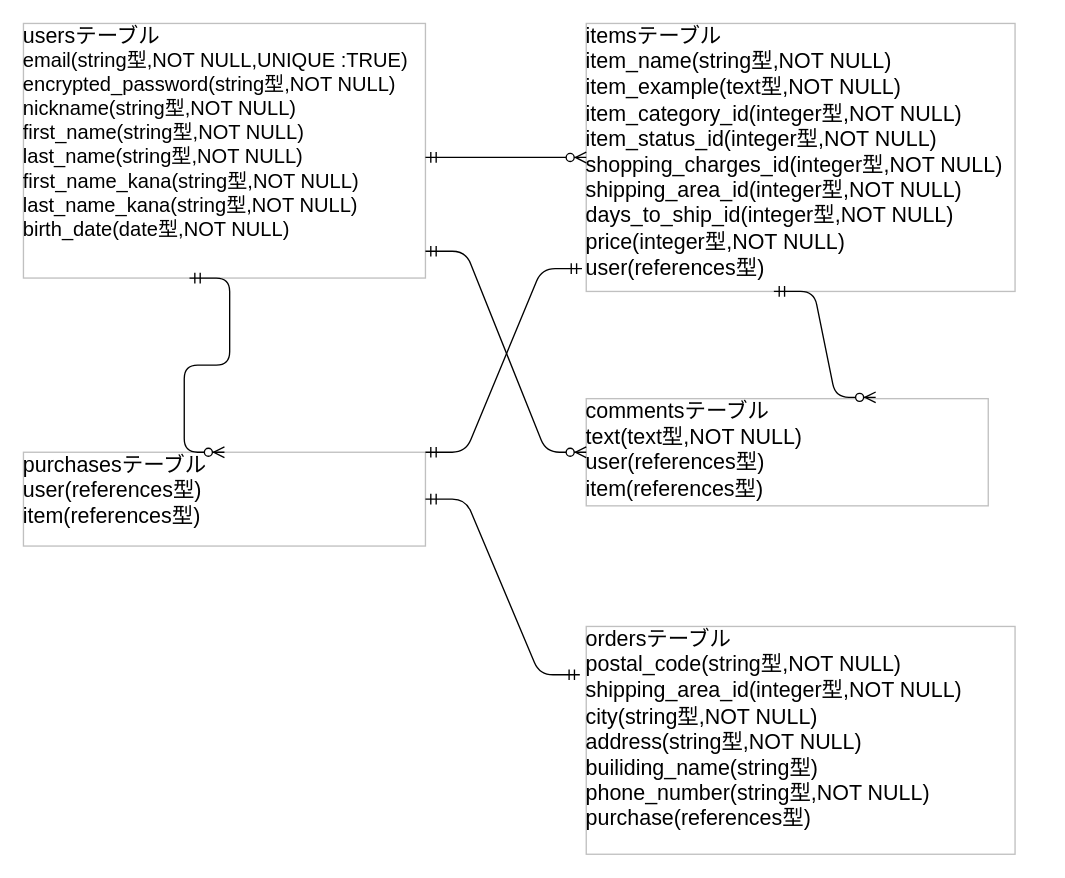
Above: db_design.dio in SK045YXMR/furima-35393 (draw.io), before the change. Source tidied: cells renumbered, new cells numbered last; positions are measured from the earlier drawing's top-left corner, leaving out a move shared by most shapes. Both pictures are drawn from the tidied source at 134%, with x=0, y=0 at pixel (23, 23).
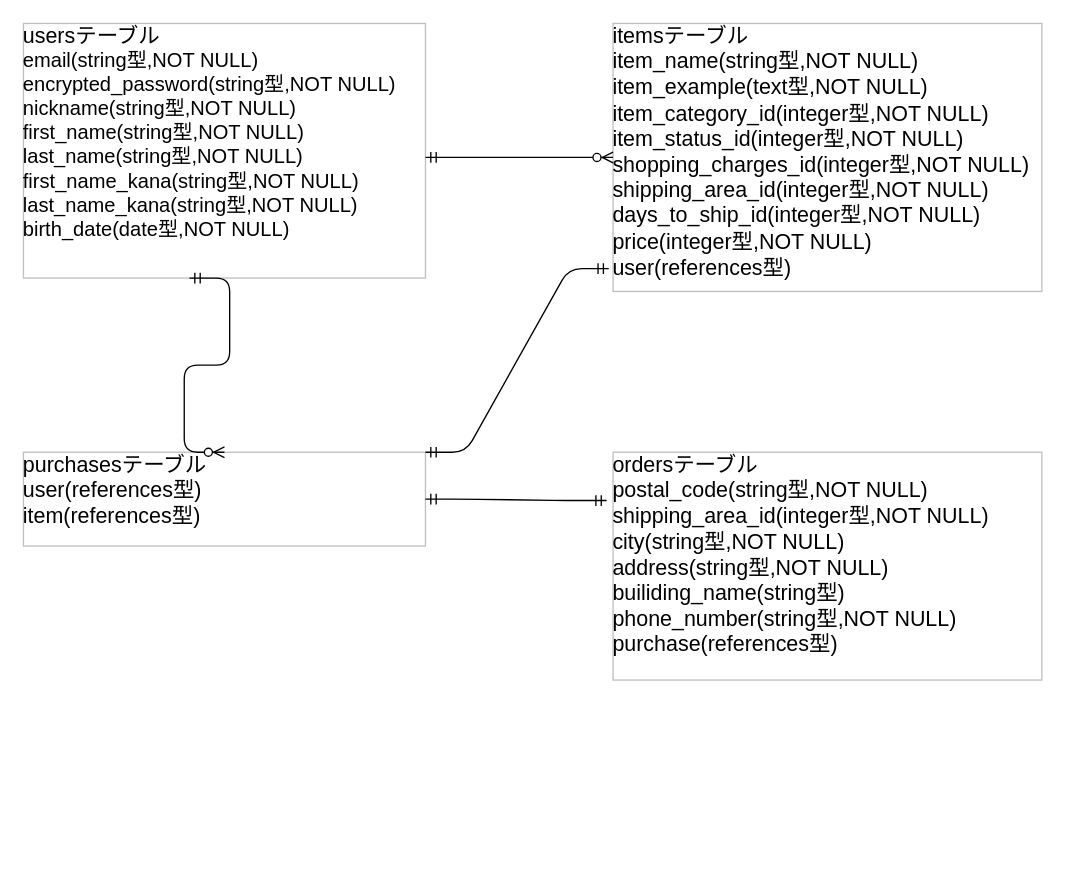
The same diagram, later.

Diff of the diagram source:
```diff
@@
 <mxGraphModel>
   <root>
     <mxCell id="0" />
     <mxCell id="1" parent="0" />
-    <mxCell id="2" value="&lt;font size=&quot;3&quot;&gt;usersテーブル&lt;/font&gt;&lt;br&gt;&lt;font&gt;&lt;font&gt;&lt;span style=&quot;font-size: 15px&quot;&gt;email(string型,NOT NULL,UNIQUE :TRUE)&lt;/span&gt;&lt;br&gt;&lt;/font&gt;&lt;font style=&quot;font-size: 15px&quot;&gt;encrypted_password(string型,NOT NULL)&lt;br&gt;nickname(string型,NOT NULL)&lt;br&gt;&lt;font style=&quot;font-size: 15px&quot;&gt;first_name(string型,NOT NULL)&lt;/font&gt;&lt;br&gt;&lt;/font&gt;&lt;font style=&quot;font-size: 15px&quot;&gt;&lt;font style=&quot;font-size: 15px&quot;&gt;last_name(string型,NOT NULL)&lt;/font&gt;&lt;br&gt;&lt;/font&gt;&lt;font style=&quot;font-size: 15px&quot;&gt;first_name_kana(string型,NOT NULL)&lt;/font&gt;&lt;br&gt;&lt;font style=&quot;font-size: 15px&quot;&gt;last_name_kana(string型,NOT NULL)&lt;/font&gt;&lt;br&gt;&lt;/font&gt;&lt;font style=&quot;font-size: 15px&quot;&gt;&lt;font style=&quot;font-size: 15px&quot;&gt;birth_date(date型,NOT NULL)&lt;/font&gt;&lt;br&gt;&lt;br&gt;&lt;/font&gt;" style="text;html=1;strokeColor=#c0c0c0;fillColor=none;overflow=fill;" parent="1" vertex="1">
+    <mxCell id="2" value="&lt;font size=&quot;3&quot;&gt;usersテーブル&lt;/font&gt;&lt;br&gt;&lt;font&gt;&lt;font&gt;&lt;span style=&quot;font-size: 15px&quot;&gt;email(string型,NOT NULL)&lt;/span&gt;&lt;br&gt;&lt;/font&gt;&lt;font style=&quot;font-size: 15px&quot;&gt;encrypted_password(string型,NOT NULL)&lt;br&gt;nickname(string型,NOT NULL)&lt;br&gt;&lt;font style=&quot;font-size: 15px&quot;&gt;first_name(string型,NOT NULL)&lt;/font&gt;&lt;br&gt;&lt;/font&gt;&lt;font style=&quot;font-size: 15px&quot;&gt;&lt;font style=&quot;font-size: 15px&quot;&gt;last_name(string型,NOT NULL)&lt;/font&gt;&lt;br&gt;&lt;/font&gt;&lt;font style=&quot;font-size: 15px&quot;&gt;first_name_kana(string型,NOT NULL)&lt;/font&gt;&lt;br&gt;&lt;font style=&quot;font-size: 15px&quot;&gt;last_name_kana(string型,NOT NULL)&lt;/font&gt;&lt;br&gt;&lt;/font&gt;&lt;font style=&quot;font-size: 15px&quot;&gt;&lt;font style=&quot;font-size: 15px&quot;&gt;birth_date(date型,NOT NULL)&lt;/font&gt;&lt;br&gt;&lt;br&gt;&lt;/font&gt;" style="text;html=1;strokeColor=#c0c0c0;fillColor=none;overflow=fill;" parent="1" vertex="1">
       <mxGeometry width="300" height="190" as="geometry" />
     </mxCell>
     <mxCell id="3" value="&lt;font size=&quot;3&quot;&gt;itemsテーブル&lt;br&gt;item_name(string型,NOT NULL)&lt;br&gt;item_example(text型,NOT NULL)&lt;br&gt;item_category_id(integer型,NOT NULL)&lt;br&gt;item_status_id(integer型,NOT NULL)&lt;br&gt;shopping_charges_id(integer型,NOT NULL)&lt;br&gt;shipping_area_id(integer型,NOT NULL)&lt;br&gt;days_to_ship_id(integer型,NOT NULL)&lt;br&gt;price(integer型,NOT NULL)&lt;br&gt;user(references型)&lt;br&gt;&lt;br&gt;&lt;br&gt;&lt;br&gt;&lt;/font&gt;" style="text;html=1;strokeColor=#c0c0c0;fillColor=none;overflow=fill;" parent="1" vertex="1">
-      <mxGeometry x="420" width="320" height="200" as="geometry" />
+      <mxGeometry x="440" width="320" height="200" as="geometry" />
     </mxCell>
     <mxCell id="4" value="&lt;font size=&quot;3&quot;&gt;purchasesテーブル&lt;br&gt;user(references型)&lt;br&gt;item(references型)&lt;br&gt;&lt;br&gt;&lt;br&gt;&lt;br&gt;&lt;br&gt;&lt;br&gt;&lt;br&gt;&lt;/font&gt;" style="text;html=1;strokeColor=#c0c0c0;fillColor=none;overflow=fill;" parent="1" vertex="1">
       <mxGeometry y="320" width="300" height="70" as="geometry" />
     </mxCell>
     <mxCell id="5" value="&lt;font size=&quot;3&quot;&gt;ordersテーブル&lt;br&gt;postal_code(string型,NOT NULL)&lt;br&gt;shipping_area_id(integer型,NOT NULL)&lt;br&gt;city(string型,NOT NULL)&lt;br&gt;address(string型,NOT NULL)&lt;br&gt;builiding_name(string型)&lt;br&gt;phone_number(string型,NOT NULL)&lt;br&gt;purchase(references型)&lt;br&gt;&lt;br&gt;&lt;br&gt;&lt;br&gt;&lt;/font&gt;" style="text;html=1;strokeColor=#c0c0c0;fillColor=none;overflow=fill;" parent="1" vertex="1">
-      <mxGeometry x="420" y="450" width="320" height="170" as="geometry" />
+      <mxGeometry x="440" y="320" width="320" height="170" as="geometry" />
     </mxCell>
     <mxCell id="6" style="edgeStyle=entityRelationEdgeStyle;fontSize=12;html=1;endArrow=ERzeroToMany;startArrow=ERmandOne;entryX=0;entryY=0.5;entryDx=0;entryDy=0;" parent="1" edge="1" target="3">
       <mxGeometry relative="1" as="geometry">
         <mxPoint x="300" y="100" as="sourcePoint" />
       </mxGeometry>
     </mxCell>
     <mxCell id="7" style="edgeStyle=entityRelationEdgeStyle;fontSize=12;html=1;endArrow=ERmandOne;startArrow=ERmandOne;exitX=1;exitY=0;exitDx=0;exitDy=0;entryX=-0.01;entryY=0.915;entryDx=0;entryDy=0;entryPerimeter=0;" parent="1" edge="1" source="4" target="3">
       <mxGeometry relative="1" as="geometry" />
     </mxCell>
     <mxCell id="8" style="edgeStyle=entityRelationEdgeStyle;fontSize=12;html=1;endArrow=ERmandOne;startArrow=ERmandOne;exitX=1;exitY=0.5;exitDx=0;exitDy=0;entryX=-0.015;entryY=0.212;entryDx=0;entryDy=0;entryPerimeter=0;" parent="1" edge="1" source="4" target="5">
       <mxGeometry relative="1" as="geometry" />
     </mxCell>
     <mxCell id="9" style="edgeStyle=entityRelationEdgeStyle;fontSize=12;html=1;endArrow=ERzeroToMany;startArrow=ERmandOne;exitX=0.413;exitY=1;exitDx=0;exitDy=0;exitPerimeter=0;entryX=0.5;entryY=0;entryDx=0;entryDy=0;" parent="1" edge="1" source="2" target="4">
       <mxGeometry relative="1" as="geometry" />
     </mxCell>
-    <mxCell id="10" value="&lt;font size=&quot;3&quot;&gt;commentsテーブル&lt;br&gt;text(text型,NOT NULL)&lt;br&gt;user(references型)&lt;br&gt;item(references型)&lt;br&gt;&lt;br&gt;&lt;br&gt;&lt;br&gt;&lt;br&gt;&lt;br&gt;&lt;br&gt;&lt;/font&gt;" style="text;html=1;strokeColor=#c0c0c0;fillColor=none;overflow=fill;" parent="1" vertex="1">
-      <mxGeometry x="420" y="280" width="300" height="80" as="geometry" />
-    </mxCell>
-    <mxCell id="11" style="edgeStyle=entityRelationEdgeStyle;fontSize=12;html=1;endArrow=ERzeroToMany;startArrow=ERmandOne;entryX=0;entryY=0.5;entryDx=0;entryDy=0;" parent="1" edge="1" target="10">
-      <mxGeometry relative="1" as="geometry">
-        <mxPoint x="300" y="170" as="sourcePoint" />
-      </mxGeometry>
-    </mxCell>
-    <mxCell id="12" style="edgeStyle=entityRelationEdgeStyle;fontSize=12;html=1;endArrow=ERzeroToMany;startArrow=ERmandOne;entryX=0.72;entryY=-0.012;entryDx=0;entryDy=0;entryPerimeter=0;" parent="1" edge="1" target="10">
-      <mxGeometry relative="1" as="geometry">
-        <mxPoint x="560" y="200" as="sourcePoint" />
-      </mxGeometry>
-    </mxCell>
   </root>
 </mxGraphModel>
```
